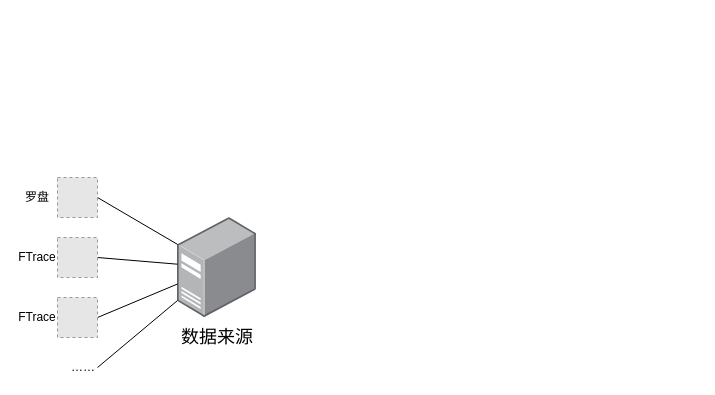
This is 永洪分享.drawio from Cmdone/Draw.io, a draw.io file, before an edit. Source tidied: cells renumbered, new cells numbered last; positions are measured from the earlier drawing's top-left corner, leaving out a move shared by most shapes. Both pictures are drawn from the tidied source at 100%, with x=0, y=0 at pixel (17, 177). Pictures stored in the file or linked from it are replaced by grey dashed boxes.
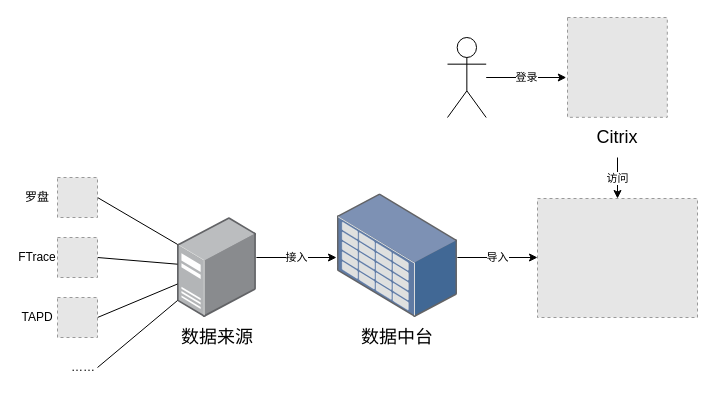
After the change.

The edit, as a diff of the source:
```diff
@@
-    <mxCell id="12" value="FTrace" style="text;html=1;strokeColor=none;fillColor=none;align=center;verticalAlign=middle;whiteSpace=wrap;rounded=0;" parent="1" vertex="1">
+    <mxCell id="12" value="TAPD" style="text;html=1;strokeColor=none;fillColor=none;align=center;verticalAlign=middle;whiteSpace=wrap;rounded=0;" parent="1" vertex="1">
       <mxGeometry y="130" width="40" height="20" as="geometry" />
     </mxCell>
@@
+    <mxCell id="15" style="html=1;align=center;shadow=0;dashed=0;image;image=img/lib/allied_telesis/storage/Datacenter_Server_Storage_Unit_Large.svg;fillColor=none;" parent="1" vertex="1">
+      <mxGeometry x="320" y="16.3" width="120" height="123.7" as="geometry" />
+    </mxCell>
+    <mxCell id="16" value="&lt;font style=&quot;font-size: 18px&quot;&gt;数据中台&lt;/font&gt;" style="text;html=1;strokeColor=none;fillColor=none;align=center;verticalAlign=middle;whiteSpace=wrap;rounded=0;" parent="1" vertex="1">
+      <mxGeometry x="320" y="140" width="120" height="40" as="geometry" />
+    </mxCell>
+    <mxCell id="17" value="登录" style="endArrow=classic;html=1;" parent="1" edge="1">
+      <mxGeometry relative="1" as="geometry">
+        <mxPoint x="468.7" y="-100" as="sourcePoint" />
+        <mxPoint x="548.8" y="-100" as="targetPoint" />
+      </mxGeometry>
+    </mxCell>
+    <mxCell id="18" style="fillColor=#E6E6E6;strokeColor=#999999;dashed=1;verticalLabelPosition=bottom;labelBackgroundColor=#ffffff;verticalAlign=top;" parent="1" vertex="1">
+      <mxGeometry x="520" y="21" width="160" height="119" as="geometry" />
+    </mxCell>
+    <mxCell id="19" value="导入" style="endArrow=classic;html=1;" parent="1" edge="1">
+      <mxGeometry relative="1" as="geometry">
+        <mxPoint x="439.9" y="80" as="sourcePoint" />
+        <mxPoint x="520" y="80" as="targetPoint" />
+      </mxGeometry>
+    </mxCell>
+    <mxCell id="20" style="shape=umlActor;verticalLabelPosition=bottom;verticalAlign=top;html=1;fillColor=none;" parent="1" vertex="1">
+      <mxGeometry x="430" y="-140" width="38.7" height="80" as="geometry" />
+    </mxCell>
+    <mxCell id="21" value="访问" style="edgeStyle=orthogonalEdgeStyle;rounded=0;jettySize=auto;html=1;exitX=0.5;exitY=1;exitDx=0;exitDy=0;endArrow=classic;endFill=1;" parent="1" edge="1" source="23" target="18">
+      <mxGeometry relative="1" as="geometry" />
+    </mxCell>
+    <mxCell id="22" style="fillColor=#E6E6E6;strokeColor=#999999;dashed=1;verticalLabelPosition=bottom;labelBackgroundColor=#ffffff;verticalAlign=top;" parent="1" vertex="1">
+      <mxGeometry x="550" y="-160" width="99.8" height="99.8" as="geometry" />
+    </mxCell>
+    <mxCell id="23" value="&lt;font style=&quot;font-size: 18px&quot;&gt;Citrix&lt;/font&gt;" style="text;html=1;strokeColor=none;fillColor=none;align=center;verticalAlign=middle;whiteSpace=wrap;rounded=0;" parent="1" vertex="1">
+      <mxGeometry x="540" y="-60" width="120" height="40" as="geometry" />
+    </mxCell>
+    <mxCell id="24" value="接入" style="endArrow=classic;html=1;" parent="1" edge="1">
+      <mxGeometry relative="1" as="geometry">
+        <mxPoint x="238.9" y="80" as="sourcePoint" />
+        <mxPoint x="319" y="80" as="targetPoint" />
+      </mxGeometry>
+    </mxCell>
```
